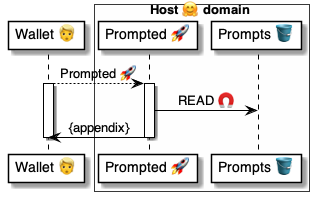
This is 4 ⚙️ Solution/41 🎭 Domain Roles/Hosts 🤗/🤗🅰️ Host methods/Prompted 🧑‍🦰🚀🤗/🤗 Prompted ⚙️ uml.png from pollyweb-org/pollyweb-docs, a PlantUML export, as it was before one commit. Its source is kept beside it as 4 ⚙️ Solution/41 🎭 Domain Roles/Hosts 🤗/🤗🅰️ Host methods/Prompted 🧑‍🦰🚀🤗/🤗 Prompted ⚙️ uml.puml.
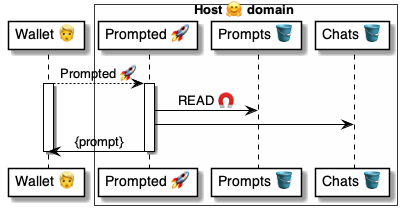
Later version of the same file.

Change to the diagram source:
```diff
@@ -4,6 +4,7 @@
 box Host 🤗 domain #FFFFFD
     participant "Prompted 🚀" as handler
     participant "Prompts 🪣" as prompts
+    participant "Chats 🪣" as chats
 end box
 
 wallet --> handler: Prompted 🚀
@@ -11,7 +12,8 @@
 
     activate handler
         handler -> prompts: READ 🧲
-        handler -> wallet: {appendix}
+        handler -> chats:
+        handler -> wallet: {prompt}
     deactivate handler
 
 deactivate wallet
```
